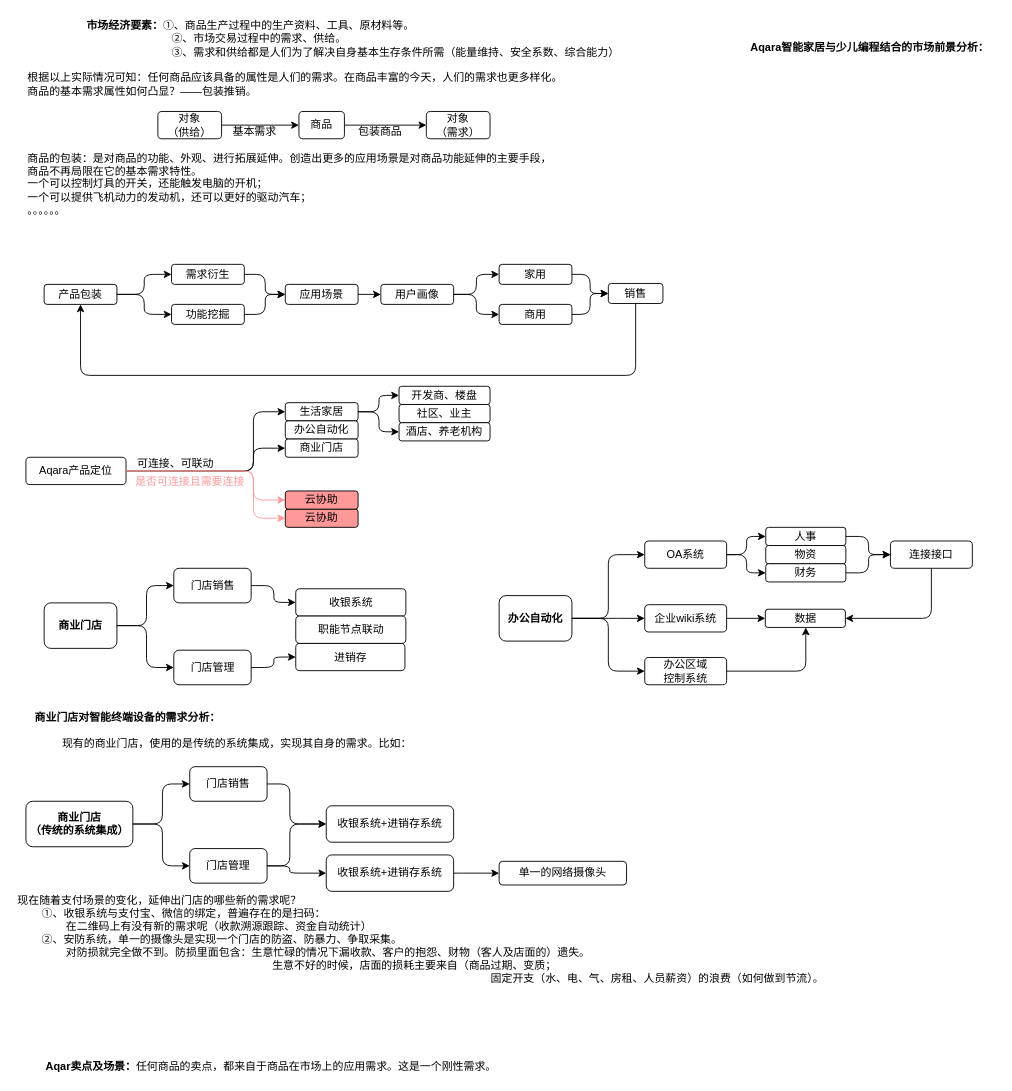
UTOUUCENTER-CD/Adv-Mathematics keeps this draw.io diagram as Aqara商业逻辑.drawio. Above is the earlier version. Source tidied: cells renumbered, new cells numbered last; positions are measured from the earlier drawing's top-left corner, leaving out a move shared by most shapes. Both pictures are drawn from the tidied source at 91%, with x=0, y=0 at pixel (15, 15).
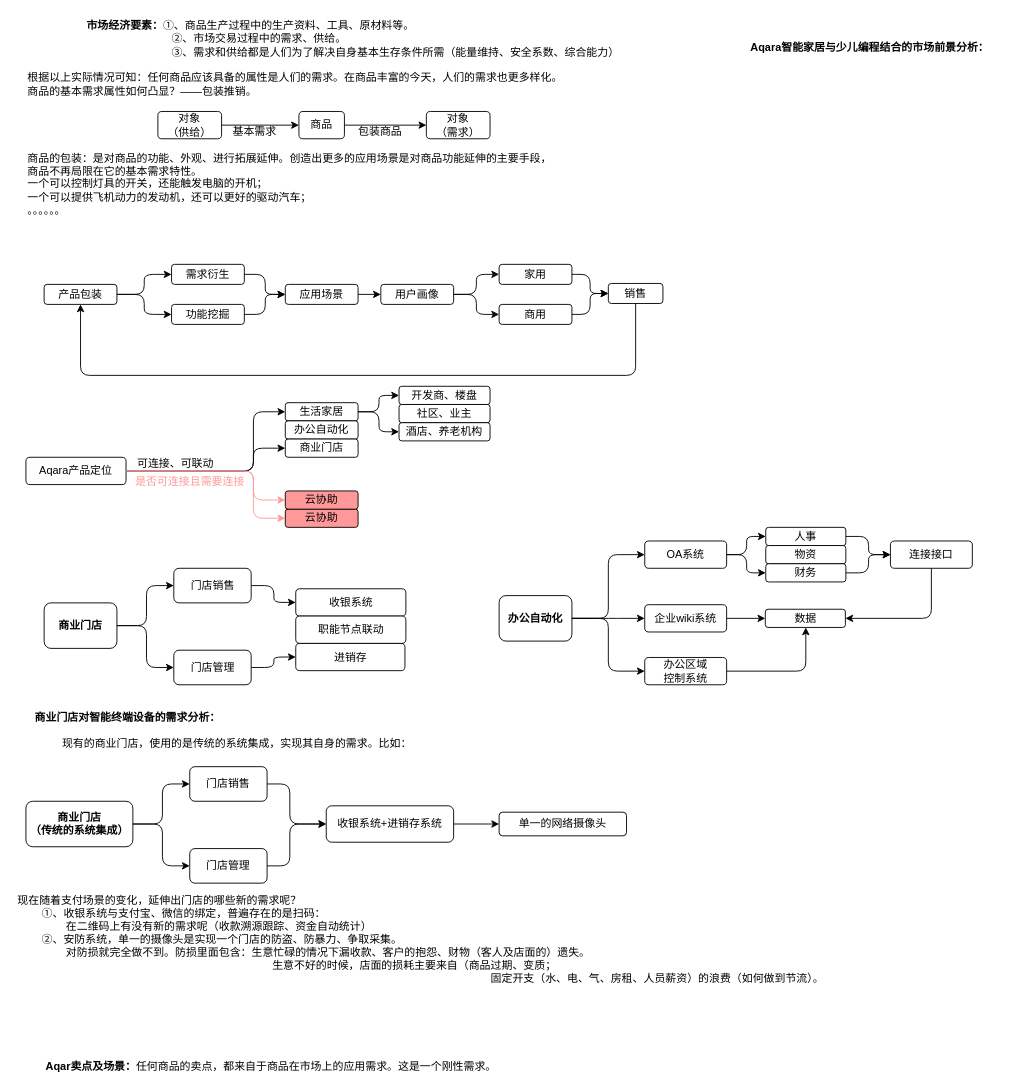
After the change.

The change refers to these unchanged cells:
```xml
<mxCell id="79" value="收银系统+进销存系统" style="rounded=1;whiteSpace=wrap;html=1;" parent="1" vertex="1">
  <mxGeometry x="341" y="868" width="140" height="40" as="geometry" />
</mxCell>
<mxCell id="82" value="门店管理" style="rounded=1;whiteSpace=wrap;html=1;" parent="1" vertex="1">
  <mxGeometry x="191" y="915" width="85" height="38" as="geometry" />
</mxCell>
```

The edit, as a diff of the source:
```diff
@@
     <mxCell id="87" value="单一的网络摄像头" style="rounded=1;whiteSpace=wrap;html=1;" parent="1" vertex="1">
-      <mxGeometry x="531" y="929" width="140" height="26" as="geometry" />
+      <mxGeometry x="531" y="875" width="140" height="26" as="geometry" />
     </mxCell>
-    <mxCell id="88" value="收银系统+进销存系统" style="rounded=1;whiteSpace=wrap;html=1;" parent="1" vertex="1">
-      <mxGeometry x="341" y="922" width="140" height="40" as="geometry" />
-    </mxCell>
-    <mxCell id="89" style="edgeStyle=elbowEdgeStyle;elbow=horizontal;endArrow=classic;html=1;exitX=1;exitY=0.5;exitDx=0;exitDy=0;entryX=0;entryY=0.5;entryDx=0;entryDy=0;" parent="1" edge="1" source="82" target="88">
-      <mxGeometry relative="1" as="geometry">
-        <Array as="points">
-          <mxPoint x="301" y="935" />
-          <mxPoint x="71" y="695" />
-          <mxPoint x="41" y="685" />
-        </Array>
-      </mxGeometry>
-    </mxCell>
-    <mxCell id="90" style="edgeStyle=elbowEdgeStyle;elbow=horizontal;endArrow=classic;html=1;entryX=0;entryY=0.5;entryDx=0;entryDy=0;exitX=1;exitY=0.5;exitDx=0;exitDy=0;" parent="1" edge="1" source="88" target="87">
+    <mxCell id="90" style="edgeStyle=elbowEdgeStyle;elbow=horizontal;endArrow=classic;html=1;entryX=0;entryY=0.5;entryDx=0;entryDy=0;exitX=1;exitY=0.5;exitDx=0;exitDy=0;" parent="1" edge="1" source="79" target="87">
       <mxGeometry relative="1" as="geometry">
         <Array as="points">
+          <mxPoint x="521" y="905" />
           <mxPoint x="501" y="942" />
           <mxPoint x="81" y="705" />
           <mxPoint x="51" y="695" />
         </Array>
       </mxGeometry>
     </mxCell>
```
